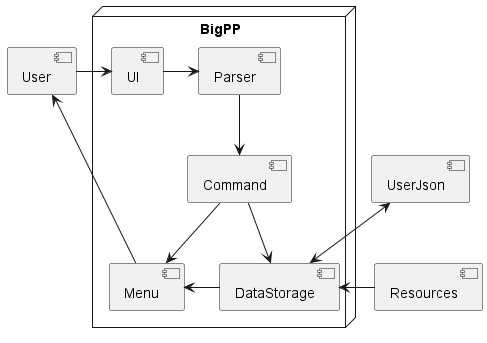
This is docs/uml-pictures/ArchitectureDiagram.png from typingpanda/tp, a PlantUML export, as it was before one commit. Source of this version:
```plantuml
@startuml

node "BigPP" {
    [UI]
    [Parser]
    [Command]
    [DataStorage]
    [Menu]
}

[User] -> [UI]
[UI] -> [Parser]
[Parser] --> [Command]
[Command] --> [Menu]
[Menu] -left-> [User]
[Command] --> [DataStorage]
[DataStorage] -left-> [Menu]
[Resources] -right-> [DataStorage]
[UserJson] <--> [DataStorage]


@enduml
```
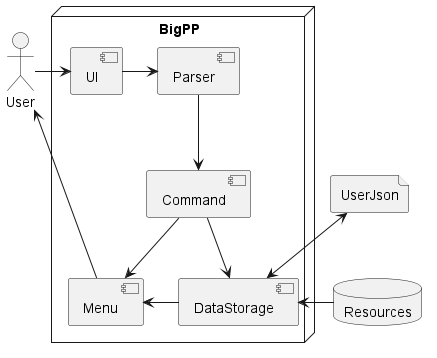
After the change.

Commit message:
Change architecture diagram to be more clear

What changed in the source:
```diff
@@ -7,6 +7,10 @@
     [DataStorage]
     [Menu]
 }
+
+actor User
+database Resources
+file UserJson
 
 [User] -> [UI]
 [UI] -> [Parser]
```
